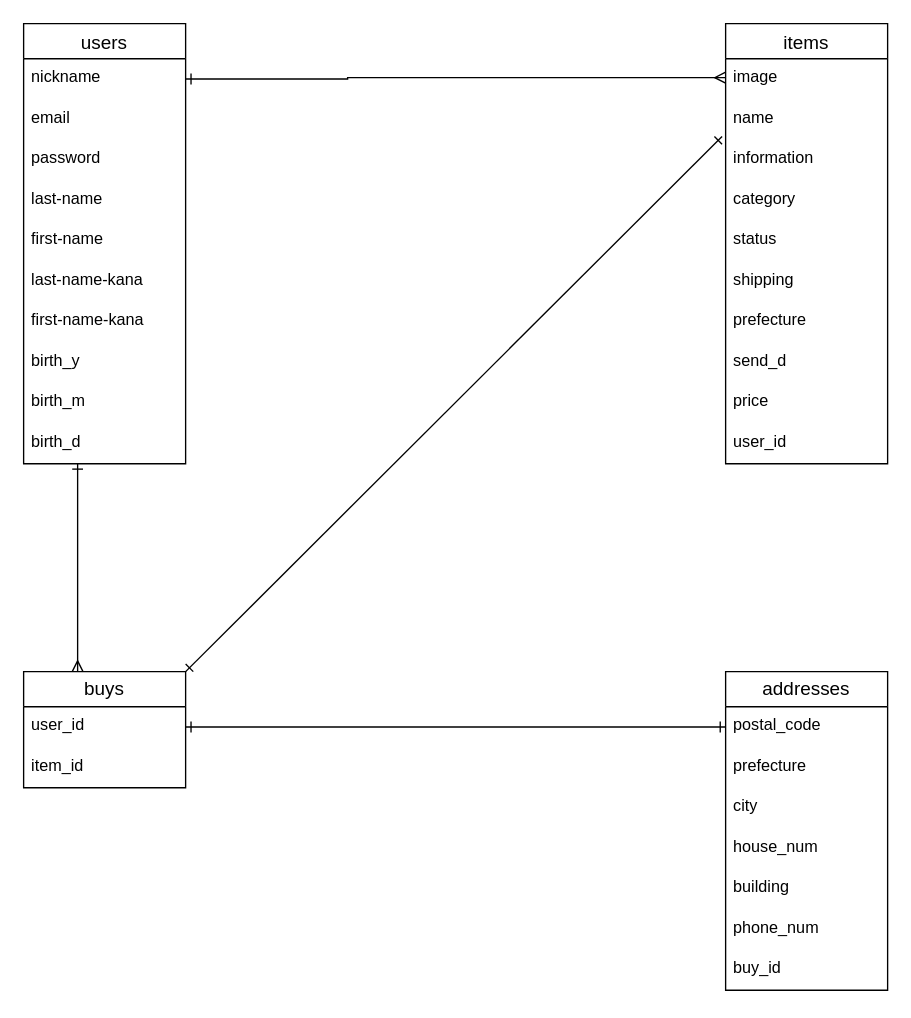
The draw.io diagram furima_28207.dio in f81-kawano/furima-28207, before the edit. Source tidied: cells renumbered, new cells numbered last; positions are measured from the earlier drawing's top-left corner, leaving out a move shared by most shapes. Both pictures are drawn from the tidied source at 135%, with x=0, y=0 at pixel (23, 23).
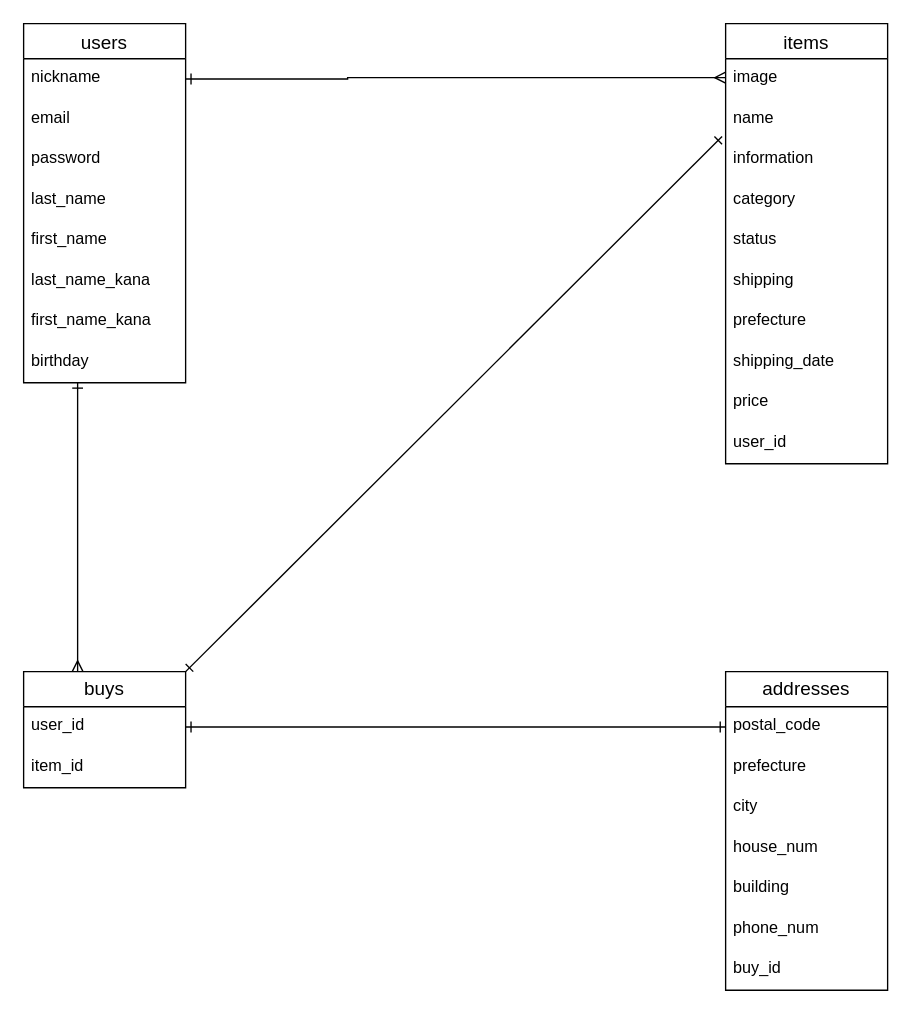
After the change.

Commit message (it also covers changes not shown here):
テーブル設計　３

Unchanged cells that the change refers to:
```xml
<mxCell id="15" value="items" style="swimlane;fontStyle=0;horizontal=1;startSize=26;align=center;fontSize=14;" parent="1" vertex="1">
  <mxGeometry x="520" width="120" height="326" as="geometry" />
</mxCell>
```

Diff of the diagram source:
```diff
@@
     <mxCell id="4" value="users" style="swimlane;fontStyle=0;horizontal=1;startSize=26;align=center;fontSize=14;" parent="1" vertex="1">
-      <mxGeometry width="120" height="326" as="geometry" />
+      <mxGeometry width="120" height="266" as="geometry" />
     </mxCell>
@@
-    <mxCell id="8" value="last-name" style="text;strokeColor=none;fillColor=none;spacingLeft=4;spacingRight=4;overflow=hidden;fontSize=12;" parent="4" vertex="1">
+    <mxCell id="8" value="last_name" style="text;strokeColor=none;fillColor=none;spacingLeft=4;spacingRight=4;overflow=hidden;fontSize=12;" parent="4" vertex="1">
       <mxGeometry y="116" width="120" height="30" as="geometry" />
     </mxCell>
-    <mxCell id="9" value="first-name" style="text;strokeColor=none;fillColor=none;spacingLeft=4;spacingRight=4;overflow=hidden;fontSize=12;" parent="4" vertex="1">
+    <mxCell id="9" value="first_name" style="text;strokeColor=none;fillColor=none;spacingLeft=4;spacingRight=4;overflow=hidden;fontSize=12;" parent="4" vertex="1">
       <mxGeometry y="146" width="120" height="30" as="geometry" />
     </mxCell>
-    <mxCell id="10" value="last-name-kana" style="text;strokeColor=none;fillColor=none;spacingLeft=4;spacingRight=4;overflow=hidden;fontSize=12;" parent="4" vertex="1">
+    <mxCell id="10" value="last_name_kana" style="text;strokeColor=none;fillColor=none;spacingLeft=4;spacingRight=4;overflow=hidden;fontSize=12;" parent="4" vertex="1">
       <mxGeometry y="176" width="120" height="30" as="geometry" />
     </mxCell>
-    <mxCell id="11" value="first-name-kana" style="text;strokeColor=none;fillColor=none;spacingLeft=4;spacingRight=4;overflow=hidden;fontSize=12;" parent="4" vertex="1">
+    <mxCell id="11" value="first_name_kana" style="text;strokeColor=none;fillColor=none;spacingLeft=4;spacingRight=4;overflow=hidden;fontSize=12;" parent="4" vertex="1">
       <mxGeometry y="206" width="120" height="30" as="geometry" />
     </mxCell>
-    <mxCell id="12" value="birth_y" style="text;strokeColor=none;fillColor=none;spacingLeft=4;spacingRight=4;overflow=hidden;fontSize=12;" parent="4" vertex="1">
+    <mxCell id="12" value="birthday" style="text;strokeColor=none;fillColor=none;spacingLeft=4;spacingRight=4;overflow=hidden;fontSize=12;" parent="4" vertex="1">
       <mxGeometry y="236" width="120" height="30" as="geometry" />
     </mxCell>
-    <mxCell id="13" value="birth_m" style="text;strokeColor=none;fillColor=none;spacingLeft=4;spacingRight=4;overflow=hidden;fontSize=12;" parent="4" vertex="1">
-      <mxGeometry y="266" width="120" height="30" as="geometry" />
-    </mxCell>
-    <mxCell id="14" value="birth_d" style="text;strokeColor=none;fillColor=none;spacingLeft=4;spacingRight=4;overflow=hidden;fontSize=12;" parent="4" vertex="1">
-      <mxGeometry y="296" width="120" height="30" as="geometry" />
-    </mxCell>
@@
-    <mxCell id="23" value="send_d" style="text;strokeColor=none;fillColor=none;spacingLeft=4;spacingRight=4;overflow=hidden;fontSize=12;" parent="15" vertex="1">
+    <mxCell id="23" value="shipping_date" style="text;strokeColor=none;fillColor=none;spacingLeft=4;spacingRight=4;overflow=hidden;fontSize=12;" parent="15" vertex="1">
       <mxGeometry y="236" width="120" height="30" as="geometry" />
     </mxCell>
```
